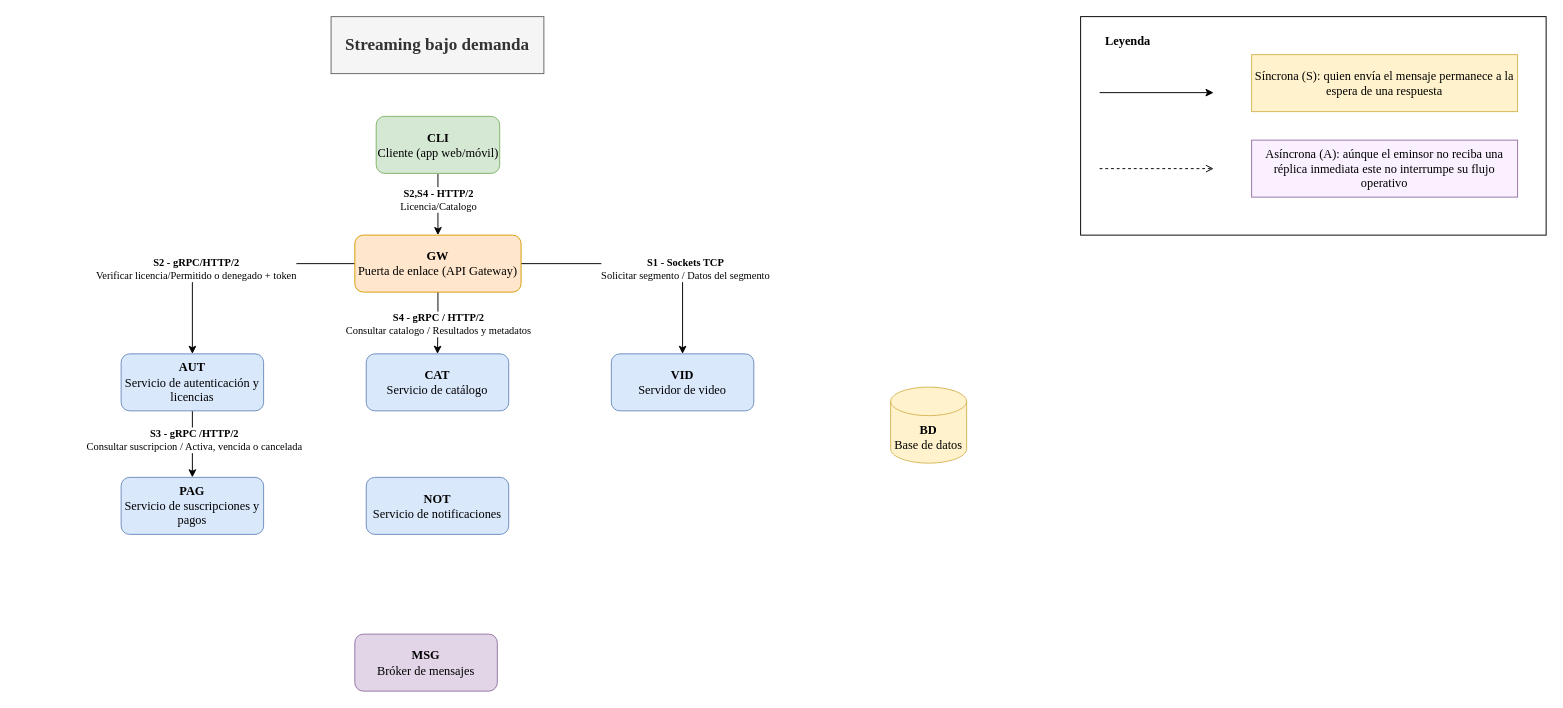
The draw.io diagram diagrama/comunicacion.drawio in reyshadow0/isr701-form-tl-01, before the edit. Source tidied: cells renumbered, new cells numbered last; positions are measured from the earlier drawing's top-left corner, leaving out a move shared by most shapes. Both pictures are drawn from the tidied source at 95%, with x=0, y=0 at pixel (121, 16).
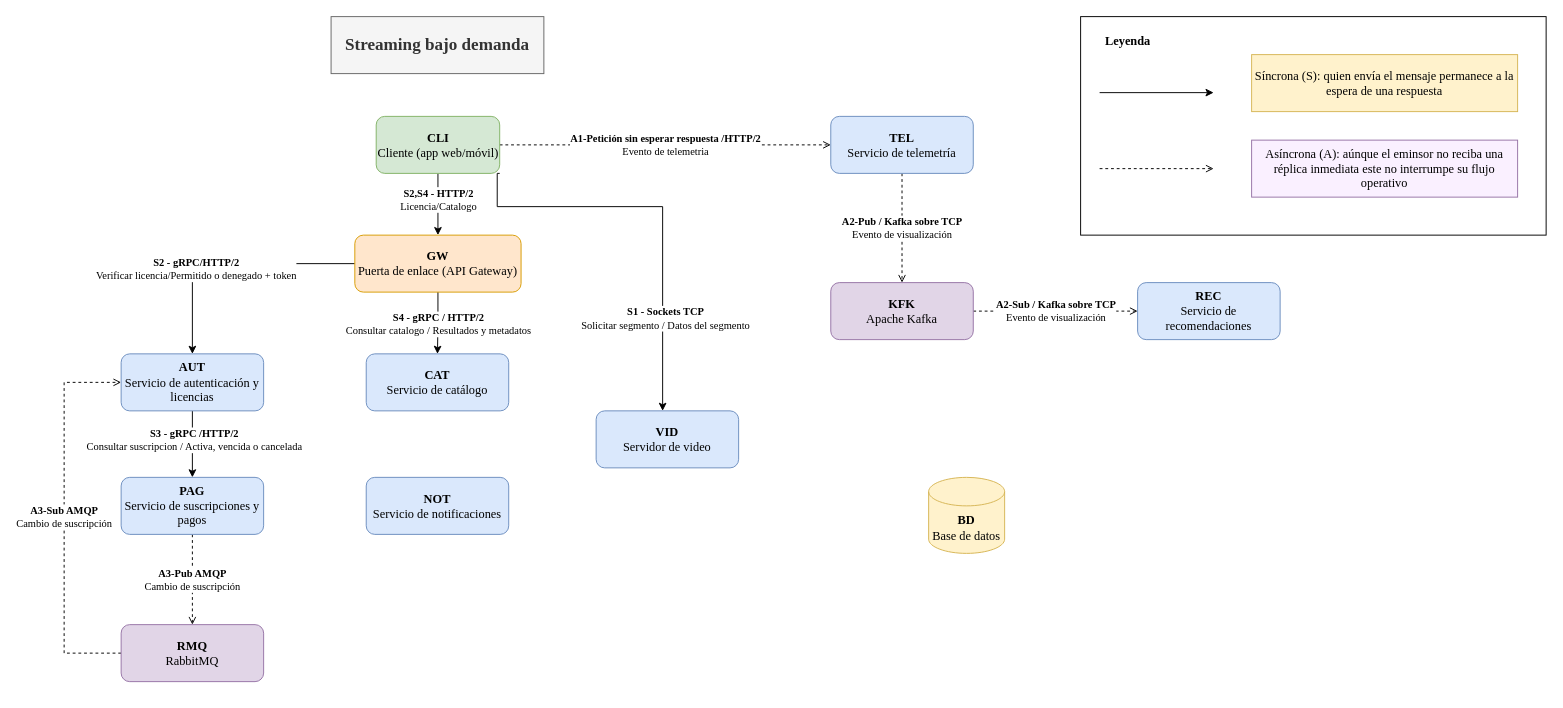
After the change.

Commit message:
Diagrama arreglado

The change refers to these unchanged cells:
```xml
<mxCell id="5" value="&lt;b&gt;CLI&lt;/b&gt;&lt;div&gt;Cliente (app web/móvil)&lt;/div&gt;" style="rounded=1;whiteSpace=wrap;html=1;roundedPerimeter=1;fillColor=#d5e8d4;strokeColor=#82b366;fontFamily=Times New Roman;fontSize=13;" parent="1" vertex="1">
  <mxGeometry x="268.5" y="105" width="130" height="60" as="geometry" />
</mxCell>
<mxCell id="12" value="&lt;b&gt;GW&lt;/b&gt;&lt;div&gt;Puerta de enlace (API Gateway)&lt;/div&gt;" style="rounded=1;whiteSpace=wrap;html=1;roundedPerimeter=1;fillColor=#ffe6cc;strokeColor=#d79b00;fontFamily=Times New Roman;fontSize=13;" parent="1" vertex="1">
  <mxGeometry x="246" y="230" width="175" height="60" as="geometry" />
</mxCell>
<mxCell id="15" value="&lt;b&gt;AUT&lt;/b&gt;&lt;div&gt;Servicio de autenticación y licencias&lt;/div&gt;" style="rounded=1;whiteSpace=wrap;html=1;roundedPerimeter=1;fillColor=#dae8fc;strokeColor=#6c8ebf;fontFamily=Times New Roman;fontSize=13;" parent="1" vertex="1">
  <mxGeometry y="355" width="150" height="60" as="geometry" />
</mxCell>
<mxCell id="18" value="&lt;b&gt;PAG&lt;/b&gt;&lt;div&gt;Servicio de suscripciones y pagos&lt;/div&gt;" style="rounded=1;whiteSpace=wrap;html=1;roundedPerimeter=1;fillColor=#dae8fc;strokeColor=#6c8ebf;fontFamily=Times New Roman;fontSize=13;" parent="1" vertex="1">
  <mxGeometry y="485" width="150" height="60" as="geometry" />
</mxCell>
```

Change to the diagram source:
```diff
@@
+    <mxCell id="28" value="&lt;b&gt;A1-Petición sin esperar respuesta /HTTP/2&lt;br&gt;&lt;/b&gt;Evento de telemetria" style="edgeStyle=orthogonalEdgeStyle;rounded=0;jettySize=auto;html=1;dashed=1;fontFamily=Times New Roman;endArrow=open;endFill=0;" parent="1" edge="1" source="5" target="32">
+      <mxGeometry relative="1" as="geometry" />
+    </mxCell>
@@
-    <mxCell id="10" style="edgeStyle=orthogonalEdgeStyle;rounded=0;jettySize=auto;html=1;defaultLabelBackgroundColor=page;" parent="1" edge="1" source="12" target="17">
-      <mxGeometry relative="1" as="geometry" />
+    <mxCell id="10" style="edgeStyle=orthogonalEdgeStyle;rounded=0;jettySize=auto;html=1;defaultLabelBackgroundColor=page;exitX=1;exitY=1;exitDx=0;exitDy=0;" parent="1" edge="1" source="5" target="17">
+      <mxGeometry relative="1" as="geometry">
+        <Array as="points">
+          <mxPoint x="395.9" y="200" />
+          <mxPoint x="570" y="200" />
+        </Array>
+      </mxGeometry>
     </mxCell>
     <mxCell id="11" value="&lt;div&gt;&lt;b&gt;&lt;font face=&quot;Times New Roman&quot;&gt;S1 - Sockets TCP&lt;/font&gt;&lt;/b&gt;&lt;/div&gt;&lt;div&gt;&lt;font face=&quot;Times New Roman&quot;&gt;Solicitar segmento / Datos del segmento&lt;/font&gt;&lt;/div&gt;" style="edgeLabel;html=1;align=center;verticalAlign=middle;inheritText=1;defaultLabelBackgroundColor=page;" parent="10" vertex="1">
-      <mxGeometry x="0.32" y="2" relative="1" as="geometry" />
+      <mxGeometry x="0.54" y="2" relative="1" as="geometry" />
     </mxCell>
@@
     <mxCell id="17" value="&lt;b&gt;VID&lt;/b&gt;&lt;div&gt;Servidor de video&lt;/div&gt;" style="rounded=1;whiteSpace=wrap;html=1;roundedPerimeter=1;fillColor=#dae8fc;strokeColor=#6c8ebf;fontFamily=Times New Roman;fontSize=13;" parent="1" vertex="1">
-      <mxGeometry x="516" y="355" width="150" height="60" as="geometry" />
+      <mxGeometry x="500" y="415" width="150" height="60" as="geometry" />
     </mxCell>
+    <mxCell id="29" value="&lt;b&gt;A3-Pub AMQP&lt;br&gt;&lt;/b&gt;Cambio de suscripción" style="edgeStyle=orthogonalEdgeStyle;rounded=0;jettySize=auto;html=1;entryX=0.5;entryY=0;entryDx=0;entryDy=0;dashed=1;fontFamily=Times New Roman;endArrow=open;endFill=0;" parent="1" edge="1" source="18" target="35">
+      <mxGeometry x="0.01" relative="1" as="geometry" />
+    </mxCell>
@@
     <mxCell id="20" value="&lt;b&gt;BD&lt;/b&gt;&lt;div&gt;Base de datos&lt;/div&gt;" style="shape=cylinder3;whiteSpace=wrap;html=1;boundedLbl=1;backgroundOutline=1;size=15;fillColor=#fff2cc;strokeColor=#d6b656;fontFamily=Times New Roman;fontSize=13;" parent="1" vertex="1">
-      <mxGeometry x="810" y="390" width="80" height="80" as="geometry" />
+      <mxGeometry x="850" y="485" width="80" height="80" as="geometry" />
     </mxCell>
+    <mxCell id="30" value="&lt;b&gt;A2-Sub / Kafka sobre TCP&lt;br&gt;&lt;/b&gt;Evento de visualización" style="edgeStyle=orthogonalEdgeStyle;rounded=0;jettySize=auto;html=1;entryX=0;entryY=0.5;entryDx=0;entryDy=0;dashed=1;fontFamily=Times New Roman;endArrow=open;endFill=0;" parent="1" edge="1" source="21" target="33">
+      <mxGeometry relative="1" as="geometry" />
+    </mxCell>
-    <mxCell id="21" value="&lt;b&gt;MSG&lt;/b&gt;&lt;div&gt;Bróker de mensajes&lt;/div&gt;" style="rounded=1;whiteSpace=wrap;html=1;roundedPerimeter=1;fillColor=#e1d5e7;strokeColor=#9673a6;fontFamily=Times New Roman;fontSize=13;" parent="1" vertex="1">
-      <mxGeometry x="246" y="650" width="150" height="60" as="geometry" />
+    <mxCell id="21" value="&lt;b&gt;KFK&lt;/b&gt;&lt;div&gt;Apache Kafka&lt;/div&gt;" style="rounded=1;whiteSpace=wrap;html=1;roundedPerimeter=1;fillColor=#e1d5e7;strokeColor=#9673a6;fontFamily=Times New Roman;fontSize=13;" parent="1" vertex="1">
+      <mxGeometry x="747" y="280" width="150" height="60" as="geometry" />
     </mxCell>
@@
+    <mxCell id="31" value="&lt;b&gt;A2-Pub / Kafka sobre TCP&lt;br&gt;&lt;/b&gt;Evento de visualización" style="edgeStyle=orthogonalEdgeStyle;rounded=0;jettySize=auto;html=1;entryX=0.5;entryY=0;entryDx=0;entryDy=0;dashed=1;fontFamily=Times New Roman;endArrow=open;endFill=0;" parent="1" edge="1" source="32" target="21">
+      <mxGeometry relative="1" as="geometry" />
+    </mxCell>
+    <mxCell id="32" value="&lt;b&gt;TEL&lt;/b&gt;&lt;br&gt;&lt;div&gt;Servicio de telemetría&lt;/div&gt;" style="rounded=1;whiteSpace=wrap;html=1;roundedPerimeter=1;fillColor=#dae8fc;strokeColor=#6c8ebf;fontFamily=Times New Roman;fontSize=13;" parent="1" vertex="1">
+      <mxGeometry x="747" y="105" width="150" height="60" as="geometry" />
+    </mxCell>
+    <mxCell id="33" value="&lt;div&gt;&lt;b&gt;REC&lt;/b&gt;&lt;/div&gt;&lt;div&gt;Servicio de recomendaciones&lt;/div&gt;" style="rounded=1;whiteSpace=wrap;html=1;roundedPerimeter=1;fillColor=#dae8fc;strokeColor=#6c8ebf;fontFamily=Times New Roman;fontSize=13;" parent="1" vertex="1">
+      <mxGeometry x="1070" y="280" width="150" height="60" as="geometry" />
+    </mxCell>
+    <mxCell id="34" value="&lt;b&gt;A3-Sub AMQP&lt;br&gt;&lt;/b&gt;Cambio de suscripción" style="edgeStyle=orthogonalEdgeStyle;rounded=0;jettySize=auto;html=1;entryX=0;entryY=0.5;entryDx=0;entryDy=0;dashed=1;fontFamily=Times New Roman;endArrow=open;endFill=0;" parent="1" edge="1" source="35" target="15">
+      <mxGeometry relative="1" as="geometry">
+        <Array as="points">
+          <mxPoint x="-60" y="670" />
+          <mxPoint x="-60" y="385" />
+        </Array>
+      </mxGeometry>
+    </mxCell>
+    <mxCell id="35" value="&lt;b&gt;RMQ&lt;/b&gt;&lt;br&gt;&lt;div&gt;RabbitMQ&lt;/div&gt;" style="rounded=1;whiteSpace=wrap;html=1;roundedPerimeter=1;fillColor=#e1d5e7;strokeColor=#9673a6;fontFamily=Times New Roman;fontSize=13;" parent="1" vertex="1">
+      <mxGeometry y="640" width="150" height="60" as="geometry" />
+    </mxCell>
```
